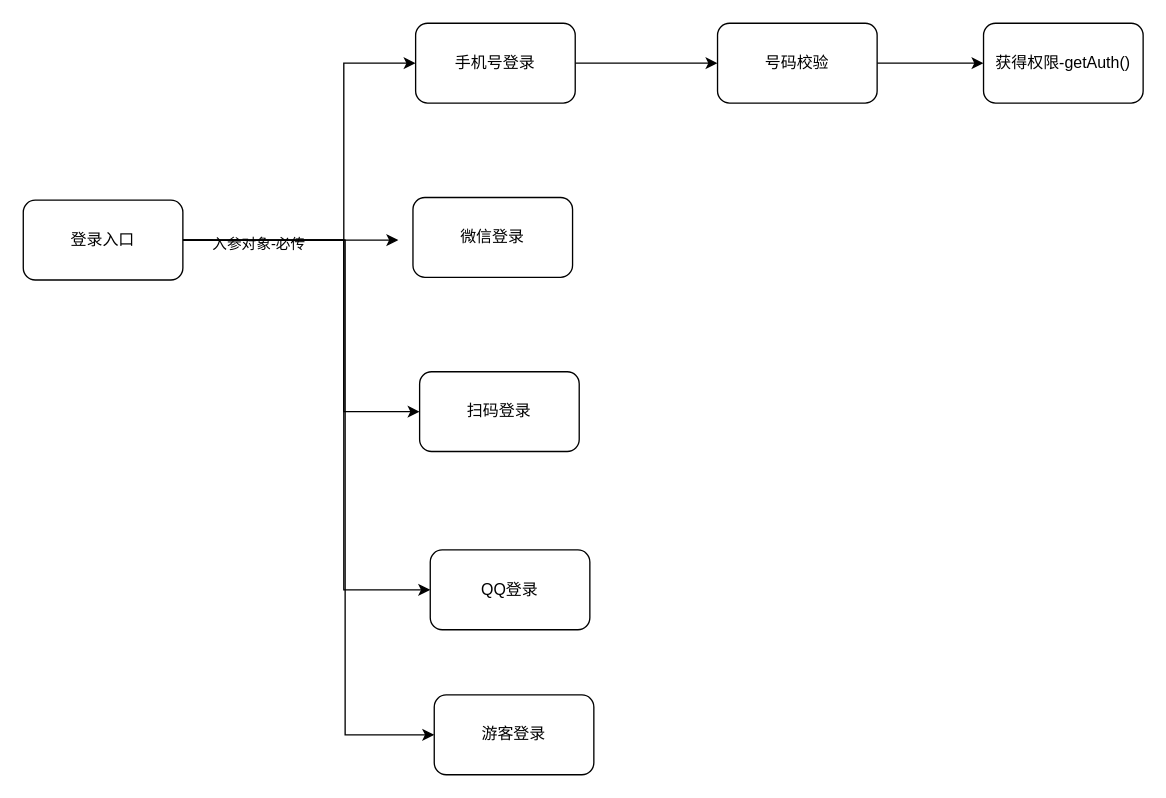
Before: 扩展学习流程图/海绵登录流程图.drawio in YYB1024/myRemoteRepo, a draw.io diagram. Source tidied: cells renumbered, new cells numbered last; positions are measured from the earlier drawing's top-left corner, leaving out a move shared by most shapes. Both pictures are drawn from the tidied source at 133%, with x=0, y=0 at pixel (23, 23).
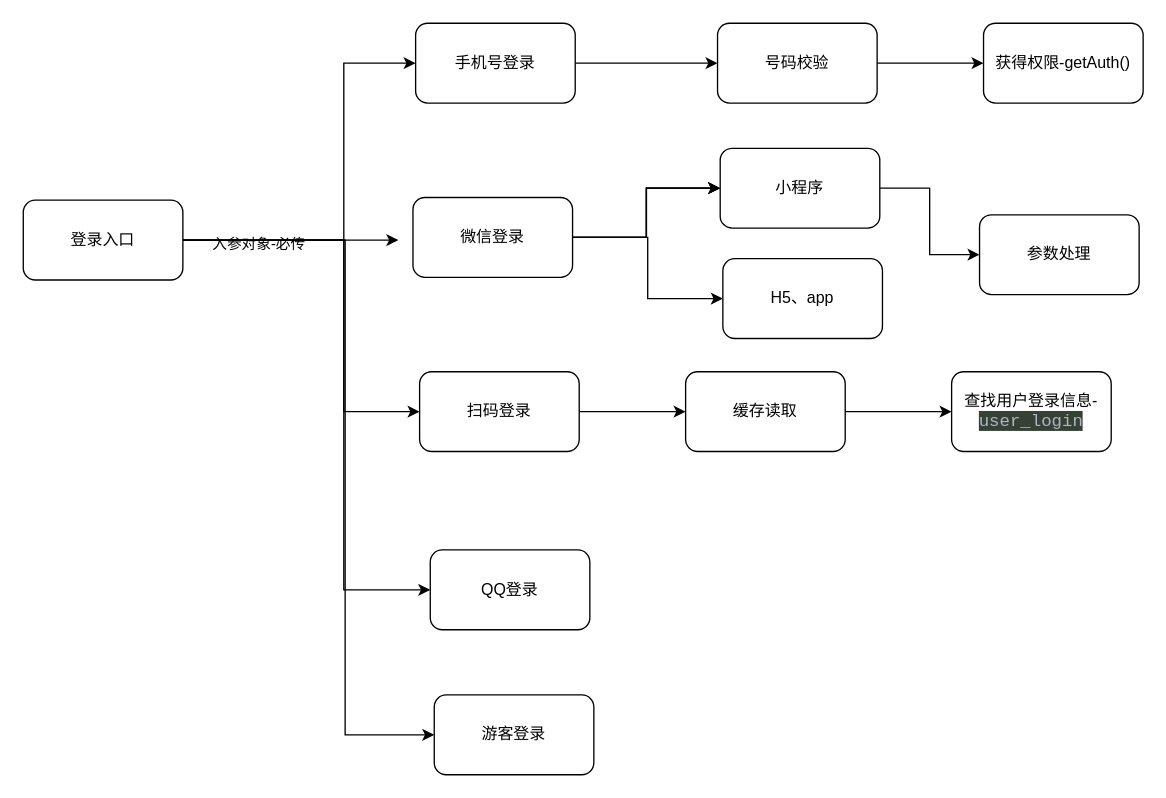
Above is the later version.

Commit message:
更新海绵登录流程图.drawio

Unchanged cells that the change refers to:
```xml
<mxCell id="11" value="微信登录" style="rounded=1;whiteSpace=wrap;html=1;" parent="1" vertex="1">
  <mxGeometry x="293" y="131" width="120" height="60" as="geometry" />
</mxCell>
<mxCell id="12" value="扫码登录" style="rounded=1;whiteSpace=wrap;html=1;" parent="1" vertex="1">
  <mxGeometry x="298" y="262" width="120" height="60" as="geometry" />
</mxCell>
```

Diff of the diagram source:
```diff
@@
+    <mxCell id="18" style="edgeStyle=orthogonalEdgeStyle;rounded=0;jettySize=auto;html=1;" parent="1" edge="1" source="11" target="24">
+      <mxGeometry relative="1" as="geometry" />
+    </mxCell>
+    <mxCell id="19" style="edgeStyle=orthogonalEdgeStyle;rounded=0;jettySize=auto;html=1;" parent="1" edge="1" source="11" target="24">
+      <mxGeometry relative="1" as="geometry" />
+    </mxCell>
+    <mxCell id="20" style="edgeStyle=orthogonalEdgeStyle;rounded=0;jettySize=auto;html=1;" parent="1" edge="1" source="11" target="24">
+      <mxGeometry relative="1" as="geometry" />
+    </mxCell>
+    <mxCell id="21" style="edgeStyle=orthogonalEdgeStyle;rounded=0;jettySize=auto;html=1;entryX=0;entryY=0.5;entryDx=0;entryDy=0;" parent="1" edge="1" source="11" target="25">
+      <mxGeometry relative="1" as="geometry" />
+    </mxCell>
@@
+    <mxCell id="22" style="edgeStyle=orthogonalEdgeStyle;rounded=0;jettySize=auto;html=1;" parent="1" edge="1" source="12" target="28">
+      <mxGeometry relative="1" as="geometry" />
+    </mxCell>
@@
+    <mxCell id="23" style="edgeStyle=orthogonalEdgeStyle;rounded=0;jettySize=auto;html=1;" parent="1" edge="1" source="24" target="26">
+      <mxGeometry relative="1" as="geometry" />
+    </mxCell>
+    <mxCell id="24" value="小程序" style="whiteSpace=wrap;html=1;rounded=1;" parent="1" vertex="1">
+      <mxGeometry x="524" y="94" width="120" height="60" as="geometry" />
+    </mxCell>
+    <mxCell id="25" value="H5、app" style="whiteSpace=wrap;html=1;rounded=1;" parent="1" vertex="1">
+      <mxGeometry x="526" y="177" width="120" height="60" as="geometry" />
+    </mxCell>
+    <mxCell id="26" value="参数处理" style="whiteSpace=wrap;html=1;rounded=1;" parent="1" vertex="1">
+      <mxGeometry x="719" y="144" width="120" height="60" as="geometry" />
+    </mxCell>
+    <mxCell id="27" style="edgeStyle=orthogonalEdgeStyle;rounded=0;jettySize=auto;html=1;" parent="1" edge="1" source="28" target="29">
+      <mxGeometry relative="1" as="geometry" />
+    </mxCell>
+    <mxCell id="28" value="缓存读取" style="whiteSpace=wrap;html=1;rounded=1;" parent="1" vertex="1">
+      <mxGeometry x="498" y="262" width="120" height="60" as="geometry" />
+    </mxCell>
+    <mxCell id="29" value="查找用户登录信息-&lt;span style=&quot;background-color: rgb(54, 65, 53); color: rgb(169, 183, 198); font-family: &amp;quot;JetBrains Mono&amp;quot;, monospace; font-size: 9.8pt;&quot;&gt;user_login&lt;/span&gt;" style="whiteSpace=wrap;html=1;rounded=1;" parent="1" vertex="1">
+      <mxGeometry x="698" y="262" width="120" height="60" as="geometry" />
+    </mxCell>
```
